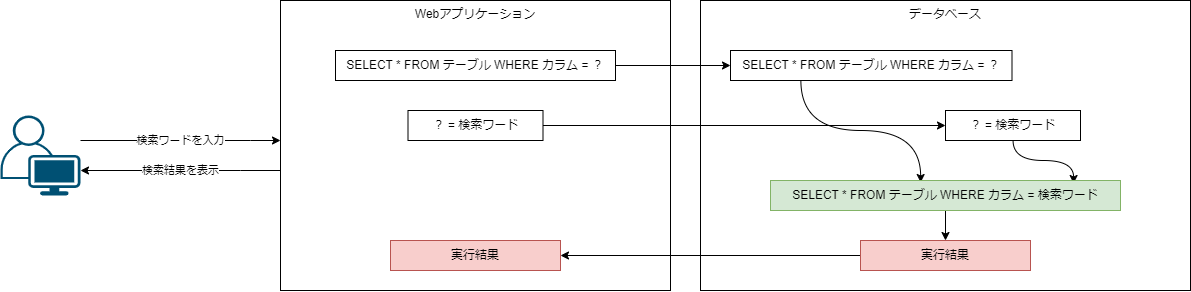
Before: assets/img/静的プレースホルダ.png, a diagram exported from draw.io (tatsuichi/blog). Source tidied: cells renumbered, new cells last; positions are measured from the earlier drawing's top-left corner, leaving out a move shared by most shapes. Its diagram source:
```xml
<mxGraphModel>
  <root>
    <mxCell id="0" />
    <mxCell id="1" parent="0" />
    <mxCell id="2" value="データベース" style="rounded=0;whiteSpace=wrap;html=1;verticalAlign=top;" parent="1" vertex="1">
      <mxGeometry x="700" width="490" height="290" as="geometry" />
    </mxCell>
    <mxCell id="3" value="検索結果を表示" style="edgeStyle=orthogonalEdgeStyle;rounded=0;jettySize=auto;html=1;" parent="1" edge="1" source="4" target="6">
      <mxGeometry relative="1" as="geometry">
        <Array as="points">
          <mxPoint x="240" y="170" />
          <mxPoint x="240" y="170" />
        </Array>
      </mxGeometry>
    </mxCell>
    <mxCell id="4" value="Webアプリケーション" style="rounded=0;whiteSpace=wrap;html=1;verticalAlign=top;" parent="1" vertex="1">
      <mxGeometry x="280" width="390" height="290" as="geometry" />
    </mxCell>
    <mxCell id="5" value="検索ワードを入力" style="edgeStyle=orthogonalEdgeStyle;rounded=0;jettySize=auto;html=1;" parent="1" edge="1" source="6" target="4">
      <mxGeometry relative="1" as="geometry">
        <Array as="points">
          <mxPoint x="250" y="140" />
          <mxPoint x="250" y="140" />
        </Array>
      </mxGeometry>
    </mxCell>
    <mxCell id="6" style="points=[[0.35,0,0],[0.98,0.51,0],[1,0.71,0],[0.67,1,0],[0,0.795,0],[0,0.65,0]];verticalLabelPosition=bottom;sketch=0;html=1;verticalAlign=top;align=center;shape=mxgraph.cisco19.user;fillColor=#005073;strokeColor=none;" parent="1" vertex="1">
      <mxGeometry y="115" width="80" height="80" as="geometry" />
    </mxCell>
    <mxCell id="7" style="edgeStyle=orthogonalEdgeStyle;rounded=0;jettySize=auto;html=1;entryX=0;entryY=0.5;entryDx=0;entryDy=0;curved=1;" parent="1" edge="1" source="8" target="12">
      <mxGeometry relative="1" as="geometry" />
    </mxCell>
    <mxCell id="8" value="SELECT * FROM テーブル WHERE カラム = ？" style="rounded=0;whiteSpace=wrap;html=1;" parent="1" vertex="1">
      <mxGeometry x="335" y="50" width="280" height="30" as="geometry" />
    </mxCell>
    <mxCell id="9" style="edgeStyle=orthogonalEdgeStyle;rounded=0;jettySize=auto;html=1;entryX=0;entryY=0.5;entryDx=0;entryDy=0;curved=1;" parent="1" edge="1" source="10" target="14">
      <mxGeometry relative="1" as="geometry" />
    </mxCell>
    <mxCell id="10" value="？ = 検索ワード" style="rounded=0;whiteSpace=wrap;html=1;" parent="1" vertex="1">
      <mxGeometry x="407.5" y="110" width="135" height="30" as="geometry" />
    </mxCell>
    <mxCell id="11" style="edgeStyle=orthogonalEdgeStyle;rounded=0;jettySize=auto;html=1;entryX=0.429;entryY=0.067;entryDx=0;entryDy=0;entryPerimeter=0;curved=1;exitX=0.25;exitY=1;exitDx=0;exitDy=0;" parent="1" edge="1" source="12" target="17">
      <mxGeometry relative="1" as="geometry" />
    </mxCell>
    <mxCell id="12" value="SELECT * FROM テーブル WHERE カラム = ？" style="rounded=0;whiteSpace=wrap;html=1;" parent="1" vertex="1">
      <mxGeometry x="730" y="50" width="281.5" height="30" as="geometry" />
    </mxCell>
    <mxCell id="13" style="edgeStyle=orthogonalEdgeStyle;rounded=0;jettySize=auto;html=1;curved=1;entryX=0.866;entryY=0.1;entryDx=0;entryDy=0;entryPerimeter=0;" parent="1" edge="1" source="14" target="17">
      <mxGeometry relative="1" as="geometry" />
    </mxCell>
    <mxCell id="14" value="？ = 検索ワード" style="rounded=0;whiteSpace=wrap;html=1;" parent="1" vertex="1">
      <mxGeometry x="945" y="110" width="135" height="30" as="geometry" />
    </mxCell>
    <mxCell id="15" style="edgeStyle=orthogonalEdgeStyle;rounded=0;jettySize=auto;html=1;entryX=1;entryY=0.5;entryDx=0;entryDy=0;curved=1;exitX=0;exitY=0.5;exitDx=0;exitDy=0;" parent="1" edge="1" source="19" target="18">
      <mxGeometry relative="1" as="geometry" />
    </mxCell>
    <mxCell id="16" style="edgeStyle=orthogonalEdgeStyle;rounded=0;jettySize=auto;html=1;entryX=0.5;entryY=0;entryDx=0;entryDy=0;" parent="1" edge="1" source="17" target="19">
      <mxGeometry relative="1" as="geometry" />
    </mxCell>
    <mxCell id="17" value="SELECT * FROM テーブル WHERE カラム = 検索ワード" style="rounded=0;whiteSpace=wrap;html=1;fillColor=#d5e8d4;strokeColor=#82b366;" parent="1" vertex="1">
      <mxGeometry x="770" y="180" width="350" height="30" as="geometry" />
    </mxCell>
    <mxCell id="18" value="実行結果" style="rounded=0;whiteSpace=wrap;html=1;fillColor=#f8cecc;strokeColor=#b85450;" parent="1" vertex="1">
      <mxGeometry x="390" y="240" width="170" height="30" as="geometry" />
    </mxCell>
    <mxCell id="19" value="実行結果" style="rounded=0;whiteSpace=wrap;html=1;fillColor=#f8cecc;strokeColor=#b85450;" parent="1" vertex="1">
      <mxGeometry x="860" y="240" width="170" height="30" as="geometry" />
    </mxCell>
  </root>
</mxGraphModel>
```
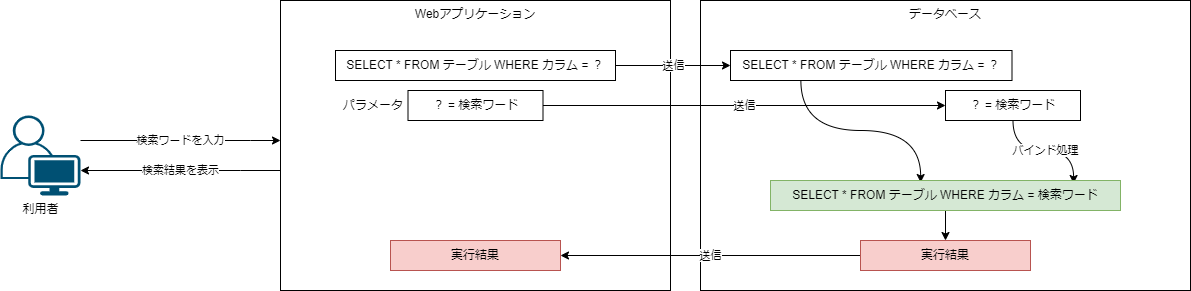
Above is the later version.

The edit, as a diff of the source:
```diff
@@ -24,20 +24,20 @@
         </Array>
       </mxGeometry>
     </mxCell>
-    <mxCell id="6" style="points=[[0.35,0,0],[0.98,0.51,0],[1,0.71,0],[0.67,1,0],[0,0.795,0],[0,0.65,0]];verticalLabelPosition=bottom;sketch=0;html=1;verticalAlign=top;align=center;shape=mxgraph.cisco19.user;fillColor=#005073;strokeColor=none;" parent="1" vertex="1">
+    <mxCell id="6" value="利用者" style="points=[[0.35,0,0],[0.98,0.51,0],[1,0.71,0],[0.67,1,0],[0,0.795,0],[0,0.65,0]];verticalLabelPosition=bottom;sketch=0;html=1;verticalAlign=top;align=center;shape=mxgraph.cisco19.user;fillColor=#005073;strokeColor=none;" parent="1" vertex="1">
       <mxGeometry y="115" width="80" height="80" as="geometry" />
     </mxCell>
-    <mxCell id="7" style="edgeStyle=orthogonalEdgeStyle;rounded=0;jettySize=auto;html=1;entryX=0;entryY=0.5;entryDx=0;entryDy=0;curved=1;" parent="1" edge="1" source="8" target="12">
+    <mxCell id="7" value="送信" style="edgeStyle=orthogonalEdgeStyle;rounded=0;jettySize=auto;html=1;entryX=0;entryY=0.5;entryDx=0;entryDy=0;curved=1;" parent="1" edge="1" source="8" target="12">
       <mxGeometry relative="1" as="geometry" />
     </mxCell>
     <mxCell id="8" value="SELECT * FROM テーブル WHERE カラム = ？" style="rounded=0;whiteSpace=wrap;html=1;" parent="1" vertex="1">
       <mxGeometry x="335" y="50" width="280" height="30" as="geometry" />
     </mxCell>
-    <mxCell id="9" style="edgeStyle=orthogonalEdgeStyle;rounded=0;jettySize=auto;html=1;entryX=0;entryY=0.5;entryDx=0;entryDy=0;curved=1;" parent="1" edge="1" source="10" target="14">
+    <mxCell id="9" value="送信" style="edgeStyle=orthogonalEdgeStyle;rounded=0;jettySize=auto;html=1;entryX=0;entryY=0.5;entryDx=0;entryDy=0;curved=1;" parent="1" edge="1" source="10" target="14">
       <mxGeometry relative="1" as="geometry" />
     </mxCell>
     <mxCell id="10" value="？ = 検索ワード" style="rounded=0;whiteSpace=wrap;html=1;" parent="1" vertex="1">
-      <mxGeometry x="407.5" y="110" width="135" height="30" as="geometry" />
+      <mxGeometry x="407.5" y="90" width="135" height="30" as="geometry" />
     </mxCell>
     <mxCell id="11" style="edgeStyle=orthogonalEdgeStyle;rounded=0;jettySize=auto;html=1;entryX=0.429;entryY=0.067;entryDx=0;entryDy=0;entryPerimeter=0;curved=1;exitX=0.25;exitY=1;exitDx=0;exitDy=0;" parent="1" edge="1" source="12" target="17">
       <mxGeometry relative="1" as="geometry" />
@@ -45,13 +45,13 @@
     <mxCell id="12" value="SELECT * FROM テーブル WHERE カラム = ？" style="rounded=0;whiteSpace=wrap;html=1;" parent="1" vertex="1">
       <mxGeometry x="730" y="50" width="281.5" height="30" as="geometry" />
     </mxCell>
-    <mxCell id="13" style="edgeStyle=orthogonalEdgeStyle;rounded=0;jettySize=auto;html=1;curved=1;entryX=0.866;entryY=0.1;entryDx=0;entryDy=0;entryPerimeter=0;" parent="1" edge="1" source="14" target="17">
+    <mxCell id="13" value="バインド処理" style="edgeStyle=orthogonalEdgeStyle;rounded=0;jettySize=auto;html=1;curved=1;entryX=0.866;entryY=0.1;entryDx=0;entryDy=0;entryPerimeter=0;" parent="1" edge="1" source="14" target="17">
       <mxGeometry relative="1" as="geometry" />
     </mxCell>
     <mxCell id="14" value="？ = 検索ワード" style="rounded=0;whiteSpace=wrap;html=1;" parent="1" vertex="1">
-      <mxGeometry x="945" y="110" width="135" height="30" as="geometry" />
+      <mxGeometry x="945" y="90" width="135" height="30" as="geometry" />
     </mxCell>
-    <mxCell id="15" style="edgeStyle=orthogonalEdgeStyle;rounded=0;jettySize=auto;html=1;entryX=1;entryY=0.5;entryDx=0;entryDy=0;curved=1;exitX=0;exitY=0.5;exitDx=0;exitDy=0;" parent="1" edge="1" source="19" target="18">
+    <mxCell id="15" value="送信" style="edgeStyle=orthogonalEdgeStyle;rounded=0;jettySize=auto;html=1;entryX=1;entryY=0.5;entryDx=0;entryDy=0;curved=1;exitX=0;exitY=0.5;exitDx=0;exitDy=0;" parent="1" edge="1" source="19" target="18">
       <mxGeometry relative="1" as="geometry" />
     </mxCell>
     <mxCell id="16" style="edgeStyle=orthogonalEdgeStyle;rounded=0;jettySize=auto;html=1;entryX=0.5;entryY=0;entryDx=0;entryDy=0;" parent="1" edge="1" source="17" target="19">
@@ -66,5 +66,8 @@
     <mxCell id="19" value="実行結果" style="rounded=0;whiteSpace=wrap;html=1;fillColor=#f8cecc;strokeColor=#b85450;" parent="1" vertex="1">
       <mxGeometry x="860" y="240" width="170" height="30" as="geometry" />
     </mxCell>
+    <mxCell id="20" value="パラメータ" style="text;html=1;strokeColor=none;fillColor=none;align=center;verticalAlign=middle;whiteSpace=wrap;rounded=0;" parent="1" vertex="1">
+      <mxGeometry x="337.5" y="90" width="70" height="30" as="geometry" />
+    </mxCell>
   </root>
 </mxGraphModel>
```
